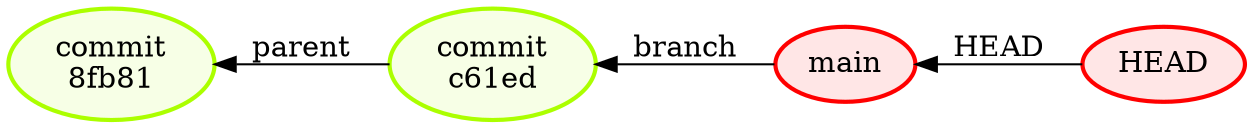
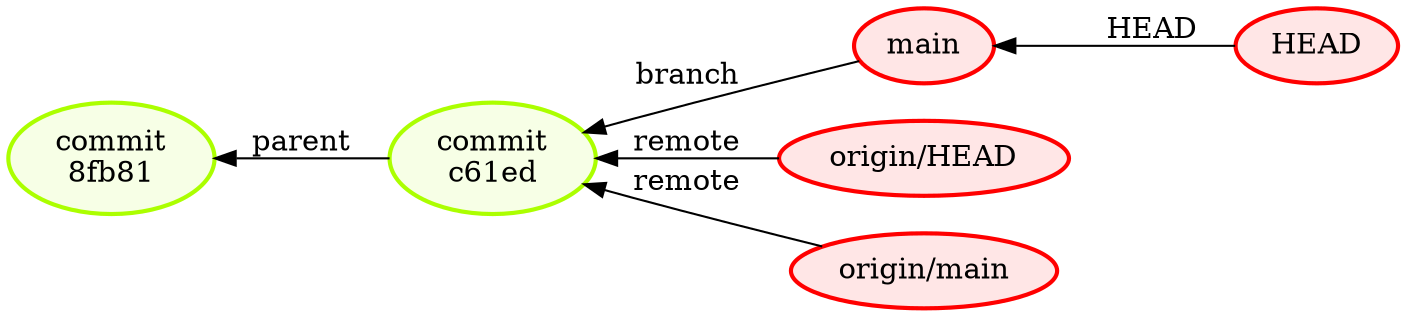
digraph {
	graph [rankdir=RL]
	HEAD [label=HEAD color="0.000 1.000 1.000" fillcolor="0.000 0.100 1.000" penwidth=2 style=filled]
	HEAD -> "refs/heads/main" [label=HEAD]
	"refs/heads/main" [label=main color="0.000 1.000 1.000" fillcolor="0.000 0.100 1.000" penwidth=2 style=filled]
	"refs/heads/main" -> c61edbef2405d779b6f3a7bd006e68f095e7ed87 [label=branch]
	c61edbef2405d779b6f3a7bd006e68f095e7ed87 [label="commit
c61ed" color="0.222 1.000 1.000" fillcolor="0.222 0.100 1.000" penwidth=2 style=filled]
	c61edbef2405d779b6f3a7bd006e68f095e7ed87 -> "8fb8112ef48db44d2d05e1764e69d43c68e16cf7" [label=parent]
	"8fb8112ef48db44d2d05e1764e69d43c68e16cf7" [label="commit
8fb81" color="0.222 1.000 1.000" fillcolor="0.222 0.100 1.000" penwidth=2 style=filled]
+ 	"refs/remotes/origin/HEAD" [label="origin/HEAD" color="0.000 1.000 1.000" fillcolor="0.000 0.100 1.000" penwidth=2 style=filled]
+ 	"refs/remotes/origin/HEAD" -> c61edbef2405d779b6f3a7bd006e68f095e7ed87 [label=remote]
+ 	"refs/remotes/origin/main" [label="origin/main" color="0.000 1.000 1.000" fillcolor="0.000 0.100 1.000" penwidth=2 style=filled]
+ 	"refs/remotes/origin/main" -> c61edbef2405d779b6f3a7bd006e68f095e7ed87 [label=remote]
}
